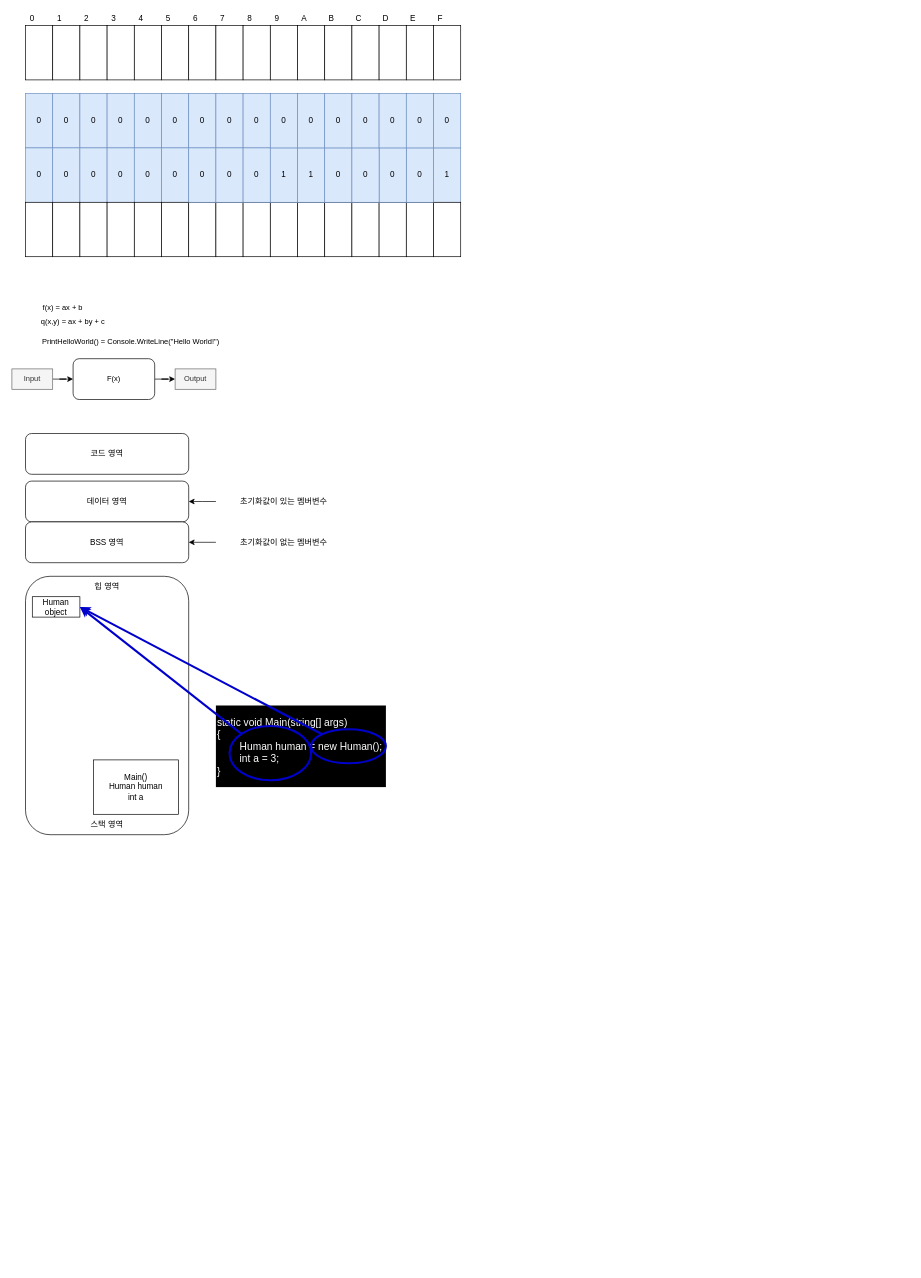
This is CSharp/CSharp/CSharpBasic.drawio from koseyun/UnityEngineBasic_Nowon_1800_2000, a draw.io file, before an edit. Source tidied: cells renumbered, new cells numbered last; positions are measured from the earlier drawing's top-left corner, leaving out a move shared by most shapes. Both pictures are drawn from the tidied source at 68%, with x=0, y=0 at pixel (12, 12).
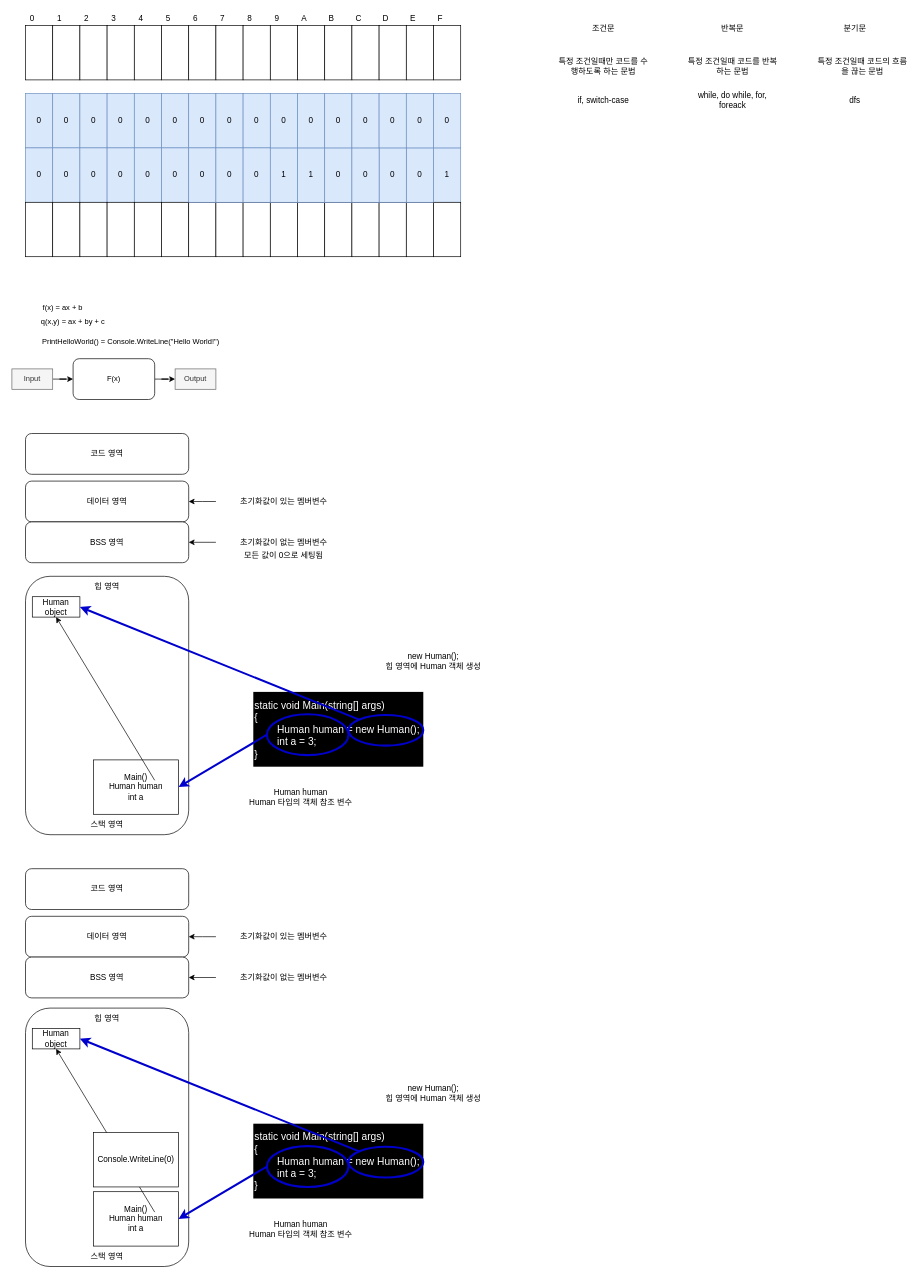
The same diagram, later.

Commit message (it also covers changes not shown here):
CSharp - ClassObjectInstance

The change refers to these unchanged cells:
```xml
<mxCell id="101" value="Human&lt;br&gt;object" style="text;html=1;align=center;verticalAlign=middle;whiteSpace=wrap;rounded=0;strokeColor=default;" parent="1" vertex="1">
  <mxGeometry x="30" y="860" width="70" height="30" as="geometry" />
</mxCell>
```

Change to the diagram source:
```diff
@@
-    <mxCell id="100" value="Main()&lt;br&gt;Human human&lt;br&gt;int a" style="text;html=1;align=center;verticalAlign=middle;whiteSpace=wrap;rounded=0;strokeColor=default;" parent="1" vertex="1">
+    <mxCell id="100" value="Main()&lt;br&gt;Human human&lt;br&gt;int a" style="text;html=1;align=center;verticalAlign=middle;whiteSpace=wrap;rounded=0;fillColor=default;strokeColor=default;" parent="1" vertex="1">
       <mxGeometry x="120" y="1100" width="125" height="80" as="geometry" />
     </mxCell>
@@
     <mxCell id="102" value="&lt;div style=&quot;font-size: 15px;&quot;&gt;static void Main(string[] args)&lt;/div&gt;&lt;div style=&quot;font-size: 15px;&quot;&gt;{&lt;/div&gt;&lt;div style=&quot;font-size: 15px;&quot;&gt;&lt;span style=&quot;white-space: pre; font-size: 15px;&quot;&gt;&#9;&lt;/span&gt;Human human = new Human();&lt;/div&gt;&lt;div style=&quot;font-size: 15px;&quot;&gt;&lt;span style=&quot;background-color: initial; font-size: 15px;&quot;&gt;&lt;span style=&quot;white-space: pre; font-size: 15px;&quot;&gt;&#9;&lt;/span&gt;int a = 3;&lt;/span&gt;&lt;/div&gt;&lt;div style=&quot;font-size: 15px;&quot;&gt;}&lt;/div&gt;" style="text;html=1;strokeColor=none;fillColor=#000000;align=left;verticalAlign=middle;whiteSpace=wrap;rounded=0;fontColor=#FFFFFF;fontSize=15;" parent="1" vertex="1">
-      <mxGeometry x="300" y="1020" width="250" height="120" as="geometry" />
+      <mxGeometry x="355" y="1000" width="250" height="110" as="geometry" />
     </mxCell>
     <mxCell id="103" style="ellipse;whiteSpace=wrap;html=1;strokeColor=#0000CC;fontSize=15;fontColor=#FFFFFF;fillColor=none;strokeWidth=3;" parent="1" vertex="1">
-      <mxGeometry x="440" y="1055" width="110" height="50" as="geometry" />
+      <mxGeometry x="495" y="1034" width="110" height="45" as="geometry" />
     </mxCell>
     <mxCell id="104" style="ellipse;whiteSpace=wrap;html=1;strokeColor=#0000CC;fontSize=15;fontColor=#FFFFFF;fillColor=none;strokeWidth=3;" parent="1" vertex="1">
-      <mxGeometry x="320" y="1050" width="120" height="80" as="geometry" />
+      <mxGeometry x="375" y="1033" width="120" height="60" as="geometry" />
     </mxCell>
-    <mxCell id="105" style="endArrow=classic;html=1;rounded=0;fontSize=15;fontColor=#FFFFFF;strokeWidth=3;strokeColor=#0000CC;entryX=1;entryY=0.5;entryDx=0;entryDy=0;exitX=0;exitY=0;exitDx=0;exitDy=0;" parent="1" edge="1" source="104" target="101">
+    <mxCell id="105" style="endArrow=classic;html=1;rounded=0;fontSize=15;fontColor=#FFFFFF;strokeWidth=3;strokeColor=#0000CC;entryX=1;entryY=0.5;entryDx=0;entryDy=0;exitX=0;exitY=0.5;exitDx=0;exitDy=0;" parent="1" edge="1" source="104" target="100">
       <mxGeometry relative="1" as="geometry" />
     </mxCell>
@@
+    <mxCell id="107" value="new Human();&lt;br&gt;힙 영역에 Human 객체 생성" style="text;html=1;strokeColor=none;fillColor=none;align=center;verticalAlign=middle;whiteSpace=wrap;rounded=0;" parent="1" vertex="1">
+      <mxGeometry x="540" y="930" width="160" height="50" as="geometry" />
+    </mxCell>
+    <mxCell id="108" value="Human human&lt;br&gt;Human 타입의 객체 참조 변수" style="text;html=1;strokeColor=none;fillColor=none;align=center;verticalAlign=middle;whiteSpace=wrap;rounded=0;" parent="1" vertex="1">
+      <mxGeometry x="340" y="1130" width="170" height="50" as="geometry" />
+    </mxCell>
+    <mxCell id="109" style="endArrow=classic;html=1;rounded=0;entryX=0.5;entryY=1;entryDx=0;entryDy=0;" parent="1" edge="1" target="101">
+      <mxGeometry relative="1" as="geometry">
+        <mxPoint x="210" y="1130" as="sourcePoint" />
+      </mxGeometry>
+    </mxCell>
+    <mxCell id="110" style="rounded=1;whiteSpace=wrap;html=1;" parent="1" vertex="1">
+      <mxGeometry x="20" y="1465" width="240" height="380" as="geometry" />
+    </mxCell>
+    <mxCell id="111" value="힙 영역" style="text;html=1;strokeColor=none;fillColor=none;align=center;verticalAlign=middle;whiteSpace=wrap;rounded=0;" parent="1" vertex="1">
+      <mxGeometry x="110" y="1465" width="60" height="30" as="geometry" />
+    </mxCell>
+    <mxCell id="112" value="스택 영역" style="text;html=1;strokeColor=none;fillColor=none;align=center;verticalAlign=middle;whiteSpace=wrap;rounded=0;" parent="1" vertex="1">
+      <mxGeometry x="105" y="1815" width="70" height="30" as="geometry" />
+    </mxCell>
+    <mxCell id="113" value="Main()&lt;br&gt;Human human&lt;br&gt;int a" style="text;html=1;align=center;verticalAlign=middle;whiteSpace=wrap;rounded=0;fillColor=default;strokeColor=default;" parent="1" vertex="1">
+      <mxGeometry x="120" y="1735" width="125" height="80" as="geometry" />
+    </mxCell>
+    <mxCell id="114" value="Human&lt;br&gt;object" style="text;html=1;align=center;verticalAlign=middle;whiteSpace=wrap;rounded=0;strokeColor=default;" parent="1" vertex="1">
+      <mxGeometry x="30" y="1495" width="70" height="30" as="geometry" />
+    </mxCell>
+    <mxCell id="115" value="&lt;div style=&quot;font-size: 15px;&quot;&gt;static void Main(string[] args)&lt;/div&gt;&lt;div style=&quot;font-size: 15px;&quot;&gt;{&lt;/div&gt;&lt;div style=&quot;font-size: 15px;&quot;&gt;&lt;span style=&quot;white-space: pre; font-size: 15px;&quot;&gt;&#9;&lt;/span&gt;Human human = new Human();&lt;/div&gt;&lt;div style=&quot;font-size: 15px;&quot;&gt;&lt;span style=&quot;background-color: initial; font-size: 15px;&quot;&gt;&lt;span style=&quot;white-space: pre; font-size: 15px;&quot;&gt;&#9;&lt;/span&gt;int a = 3;&lt;/span&gt;&lt;/div&gt;&lt;div style=&quot;font-size: 15px;&quot;&gt;}&lt;/div&gt;" style="text;html=1;strokeColor=none;fillColor=#000000;align=left;verticalAlign=middle;whiteSpace=wrap;rounded=0;fontColor=#FFFFFF;fontSize=15;" parent="1" vertex="1">
+      <mxGeometry x="355" y="1635" width="250" height="110" as="geometry" />
+    </mxCell>
+    <mxCell id="116" style="ellipse;whiteSpace=wrap;html=1;strokeColor=#0000CC;fontSize=15;fontColor=#FFFFFF;fillColor=none;strokeWidth=3;" parent="1" vertex="1">
+      <mxGeometry x="495" y="1669" width="110" height="45" as="geometry" />
+    </mxCell>
+    <mxCell id="117" style="ellipse;whiteSpace=wrap;html=1;strokeColor=#0000CC;fontSize=15;fontColor=#FFFFFF;fillColor=none;strokeWidth=3;" parent="1" vertex="1">
+      <mxGeometry x="375" y="1668" width="120" height="60" as="geometry" />
+    </mxCell>
+    <mxCell id="118" style="endArrow=classic;html=1;rounded=0;fontSize=15;fontColor=#FFFFFF;strokeWidth=3;strokeColor=#0000CC;entryX=1;entryY=0.5;entryDx=0;entryDy=0;exitX=0;exitY=0.5;exitDx=0;exitDy=0;" parent="1" edge="1" source="117" target="113">
+      <mxGeometry relative="1" as="geometry" />
+    </mxCell>
+    <mxCell id="119" style="endArrow=classic;html=1;rounded=0;fontSize=15;fontColor=#FFFFFF;strokeWidth=3;strokeColor=#0000CC;entryX=1;entryY=0.5;entryDx=0;entryDy=0;exitX=0;exitY=0;exitDx=0;exitDy=0;" parent="1" edge="1" source="116" target="114">
+      <mxGeometry relative="1" as="geometry" />
+    </mxCell>
+    <mxCell id="120" value="new Human();&lt;br&gt;힙 영역에 Human 객체 생성" style="text;html=1;strokeColor=none;fillColor=none;align=center;verticalAlign=middle;whiteSpace=wrap;rounded=0;" parent="1" vertex="1">
+      <mxGeometry x="540" y="1565" width="160" height="50" as="geometry" />
+    </mxCell>
+    <mxCell id="121" value="Human human&lt;br&gt;Human 타입의 객체 참조 변수" style="text;html=1;strokeColor=none;fillColor=none;align=center;verticalAlign=middle;whiteSpace=wrap;rounded=0;" parent="1" vertex="1">
+      <mxGeometry x="340" y="1765" width="170" height="50" as="geometry" />
+    </mxCell>
+    <mxCell id="122" style="endArrow=classic;html=1;rounded=0;entryX=0.5;entryY=1;entryDx=0;entryDy=0;" parent="1" edge="1" target="114">
+      <mxGeometry relative="1" as="geometry">
+        <mxPoint x="210" y="1765" as="sourcePoint" />
+      </mxGeometry>
+    </mxCell>
+    <mxCell id="123" value="Console.WriteLine(0)" style="text;html=1;align=center;verticalAlign=middle;whiteSpace=wrap;rounded=0;fillColor=default;strokeColor=default;" parent="1" vertex="1">
+      <mxGeometry x="120" y="1648" width="125" height="80" as="geometry" />
+    </mxCell>
+    <mxCell id="124" value="코드 영역" style="rounded=1;whiteSpace=wrap;html=1;" parent="1" vertex="1">
+      <mxGeometry x="20" y="1260" width="240" height="60" as="geometry" />
+    </mxCell>
+    <mxCell id="125" value="데이터 영역" style="rounded=1;whiteSpace=wrap;html=1;" parent="1" vertex="1">
+      <mxGeometry x="20" y="1330" width="240" height="60" as="geometry" />
+    </mxCell>
+    <mxCell id="126" value="BSS 영역" style="rounded=1;whiteSpace=wrap;html=1;" parent="1" vertex="1">
+      <mxGeometry x="20" y="1390" width="240" height="60" as="geometry" />
+    </mxCell>
+    <mxCell id="127" style="edgeStyle=orthogonalEdgeStyle;rounded=0;jettySize=auto;html=1;" parent="1" edge="1" source="128">
+      <mxGeometry relative="1" as="geometry">
+        <mxPoint x="260" y="1360" as="targetPoint" />
+      </mxGeometry>
+    </mxCell>
+    <mxCell id="128" value="초기화값이 있는 멤버변수" style="text;html=1;strokeColor=none;fillColor=none;align=center;verticalAlign=middle;whiteSpace=wrap;rounded=0;" parent="1" vertex="1">
+      <mxGeometry x="300" y="1340" width="200" height="40" as="geometry" />
+    </mxCell>
+    <mxCell id="129" style="edgeStyle=orthogonalEdgeStyle;rounded=0;jettySize=auto;html=1;" parent="1" edge="1" source="130" target="126">
+      <mxGeometry relative="1" as="geometry" />
+    </mxCell>
+    <mxCell id="130" value="초기화값이 없는 멤버변수" style="text;html=1;strokeColor=none;fillColor=none;align=center;verticalAlign=middle;whiteSpace=wrap;rounded=0;" parent="1" vertex="1">
+      <mxGeometry x="300" y="1400" width="200" height="40" as="geometry" />
+    </mxCell>
+    <mxCell id="131" value="모든 값이 0으로 세팅됨" style="text;html=1;strokeColor=none;fillColor=none;align=center;verticalAlign=middle;whiteSpace=wrap;rounded=0;" parent="1" vertex="1">
+      <mxGeometry x="300" y="780" width="200" height="40" as="geometry" />
+    </mxCell>
+    <mxCell id="132" value="조건문" style="text;html=1;strokeColor=none;fillColor=none;align=center;verticalAlign=middle;whiteSpace=wrap;rounded=0;" parent="1" vertex="1">
+      <mxGeometry x="840" y="10" width="60" height="30" as="geometry" />
+    </mxCell>
+    <mxCell id="133" value="분기문" style="text;html=1;strokeColor=none;fillColor=none;align=center;verticalAlign=middle;whiteSpace=wrap;rounded=0;" parent="1" vertex="1">
+      <mxGeometry x="1210" y="10" width="60" height="30" as="geometry" />
+    </mxCell>
+    <mxCell id="134" value="특정 조건일때만 코드를 수행하도록 하는 문법" style="text;html=1;strokeColor=none;fillColor=none;align=center;verticalAlign=middle;whiteSpace=wrap;rounded=0;" parent="1" vertex="1">
+      <mxGeometry x="800" y="40" width="140" height="80" as="geometry" />
+    </mxCell>
+    <mxCell id="135" value="특정 조건일때 코드를 반복하는 문법" style="text;html=1;strokeColor=none;fillColor=none;align=center;verticalAlign=middle;whiteSpace=wrap;rounded=0;" parent="1" vertex="1">
+      <mxGeometry x="990" y="40" width="140" height="80" as="geometry" />
+    </mxCell>
+    <mxCell id="136" value="반복문" style="text;html=1;strokeColor=none;fillColor=none;align=center;verticalAlign=middle;whiteSpace=wrap;rounded=0;" parent="1" vertex="1">
+      <mxGeometry x="1030" y="10" width="60" height="30" as="geometry" />
+    </mxCell>
+    <mxCell id="137" value="특정 조건일때 코드의 흐름을 끊는 문법" style="text;html=1;strokeColor=none;fillColor=none;align=center;verticalAlign=middle;whiteSpace=wrap;rounded=0;" parent="1" vertex="1">
+      <mxGeometry x="1180.5" y="40" width="140" height="80" as="geometry" />
+    </mxCell>
+    <mxCell id="138" value="while, do while, for, foreack" style="text;html=1;strokeColor=none;fillColor=none;align=center;verticalAlign=middle;whiteSpace=wrap;rounded=0;" parent="1" vertex="1">
+      <mxGeometry x="990" y="100" width="140" height="60" as="geometry" />
+    </mxCell>
+    <mxCell id="139" value="if, switch-case" style="text;html=1;strokeColor=none;fillColor=none;align=center;verticalAlign=middle;whiteSpace=wrap;rounded=0;" parent="1" vertex="1">
+      <mxGeometry x="800" y="100" width="140" height="60" as="geometry" />
+    </mxCell>
+    <mxCell id="140" value="dfs" style="text;html=1;strokeColor=none;fillColor=none;align=center;verticalAlign=middle;whiteSpace=wrap;rounded=0;" parent="1" vertex="1">
+      <mxGeometry x="1170" y="100" width="140" height="60" as="geometry" />
+    </mxCell>
```
